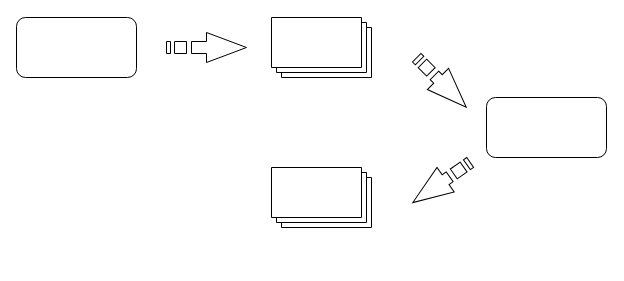
Before: sql_cambiar_unidades/SQL_Convertir_Unidades.drawio in grupoGovanBI-nluque/notion_drawio, a draw.io diagram. Source tidied: cells renumbered, new cells numbered last; positions are measured from the earlier drawing's top-left corner, leaving out a move shared by most shapes. Both pictures are drawn from the tidied source at 100%, with x=0, y=0 at pixel (16, 17).
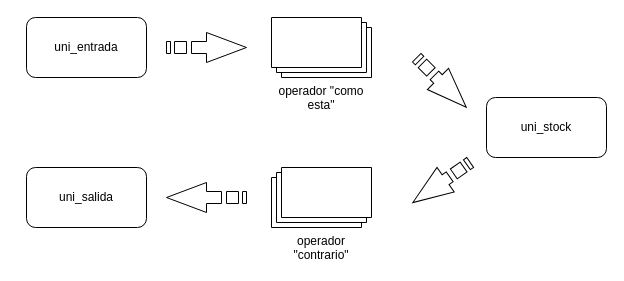
The same page after the edit.

Diff of the diagram source:
```diff
@@
 <mxGraphModel>
   <root>
     <mxCell id="0" />
     <mxCell id="1" parent="0" />
-    <mxCell id="2" style="verticalLabelPosition=bottom;verticalAlign=top;html=1;shape=mxgraph.basic.layered_rect;dx=10;whiteSpace=wrap;" parent="1" vertex="1">
+    <mxCell id="2" value="operador &quot;como esta&quot;" style="verticalLabelPosition=bottom;verticalAlign=top;html=1;shape=mxgraph.basic.layered_rect;dx=10;whiteSpace=wrap;" parent="1" vertex="1">
       <mxGeometry x="255" width="100" height="60" as="geometry" />
     </mxCell>
     <mxCell id="3" style="html=1;shadow=0;dashed=0;align=center;verticalAlign=middle;shape=mxgraph.arrows2.stripedArrow;dy=0.6;dx=40;notch=25;" parent="1" vertex="1">
       <mxGeometry x="150" y="15" width="80" height="30" as="geometry" />
     </mxCell>
     <mxCell id="4" style="html=1;shadow=0;dashed=0;align=center;verticalAlign=middle;shape=mxgraph.arrows2.stripedArrow;dy=0.6;dx=40;notch=25;rotation=45;" parent="1" vertex="1">
       <mxGeometry x="390" y="50" width="70" height="30" as="geometry" />
     </mxCell>
-    <mxCell id="5" style="rounded=1;whiteSpace=wrap;html=1;" parent="1" vertex="1">
-      <mxGeometry width="120" height="60" as="geometry" />
+    <mxCell id="5" value="uni_entrada" style="rounded=1;whiteSpace=wrap;html=1;" parent="1" vertex="1">
+      <mxGeometry x="10" width="120" height="60" as="geometry" />
     </mxCell>
-    <mxCell id="6" style="rounded=1;whiteSpace=wrap;html=1;" parent="1" vertex="1">
+    <mxCell id="6" value="uni_stock" style="rounded=1;whiteSpace=wrap;html=1;" parent="1" vertex="1">
       <mxGeometry x="470" y="80" width="120" height="60" as="geometry" />
     </mxCell>
     <mxCell id="7" style="html=1;shadow=0;dashed=0;align=center;verticalAlign=middle;shape=mxgraph.arrows2.stripedArrow;dy=0.6;dx=40;notch=25;rotation=-215;" parent="1" vertex="1">
       <mxGeometry x="390" y="150" width="70" height="30" as="geometry" />
     </mxCell>
-    <mxCell id="8" style="verticalLabelPosition=bottom;verticalAlign=top;html=1;shape=mxgraph.basic.layered_rect;dx=10;whiteSpace=wrap;" parent="1" vertex="1">
+    <mxCell id="8" value="operador &quot;contrario&quot;" style="verticalLabelPosition=bottom;verticalAlign=top;html=1;shape=mxgraph.basic.layered_rect;dx=10;whiteSpace=wrap;flipH=1;" parent="1" vertex="1">
       <mxGeometry x="255" y="150" width="100" height="60" as="geometry" />
     </mxCell>
+    <mxCell id="9" style="html=1;shadow=0;dashed=0;align=center;verticalAlign=middle;shape=mxgraph.arrows2.stripedArrow;dy=0.6;dx=40;notch=25;flipH=1;" parent="1" vertex="1">
+      <mxGeometry x="150" y="165" width="80" height="30" as="geometry" />
+    </mxCell>
+    <mxCell id="10" value="uni_salida" style="rounded=1;whiteSpace=wrap;html=1;" parent="1" vertex="1">
+      <mxGeometry x="10" y="150" width="120" height="60" as="geometry" />
+    </mxCell>
   </root>
 </mxGraphModel>
```
